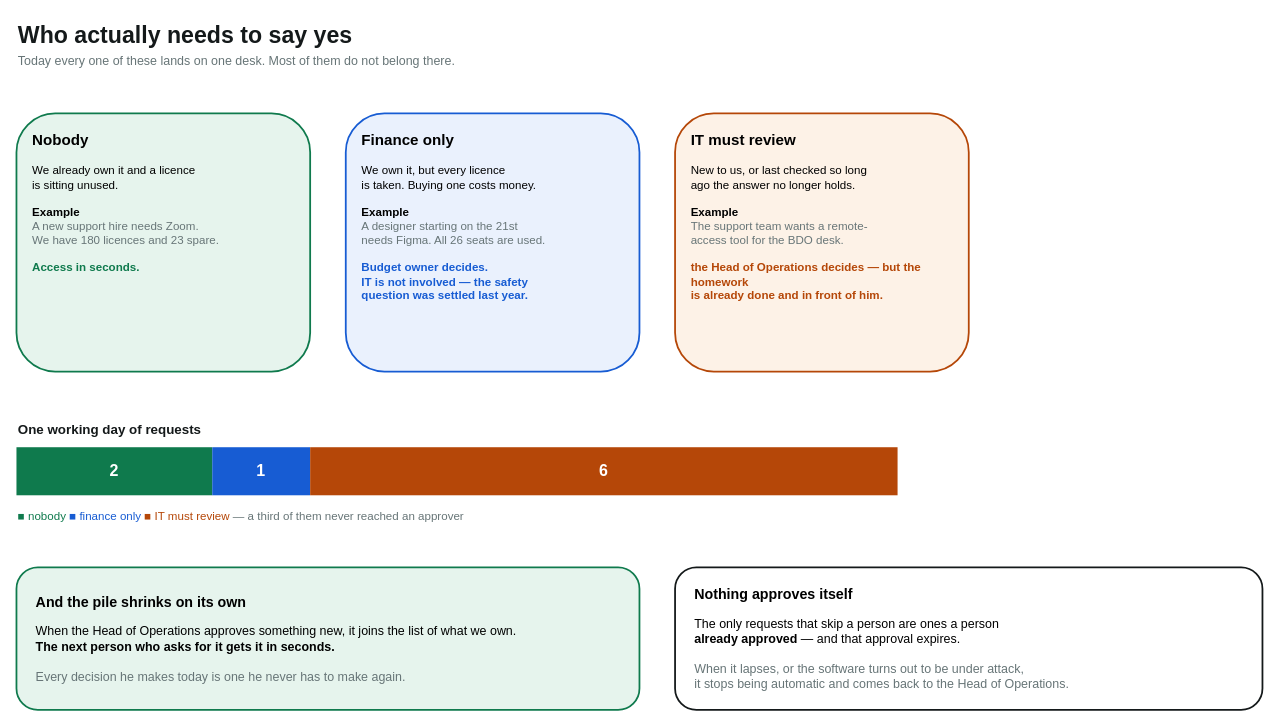
Earlier version of the draw.io diagram page "Who says yes" (2 of 3) of docs/greenlight-business.drawio (lakshitha-dev/greenlight). Source tidied: cells renumbered, new cells numbered last; positions are measured from the earlier drawing's top-left corner, leaving out a move shared by most shapes. Both pictures are drawn from the tidied source at 89%, with x=0, y=0 at pixel (16, 15).
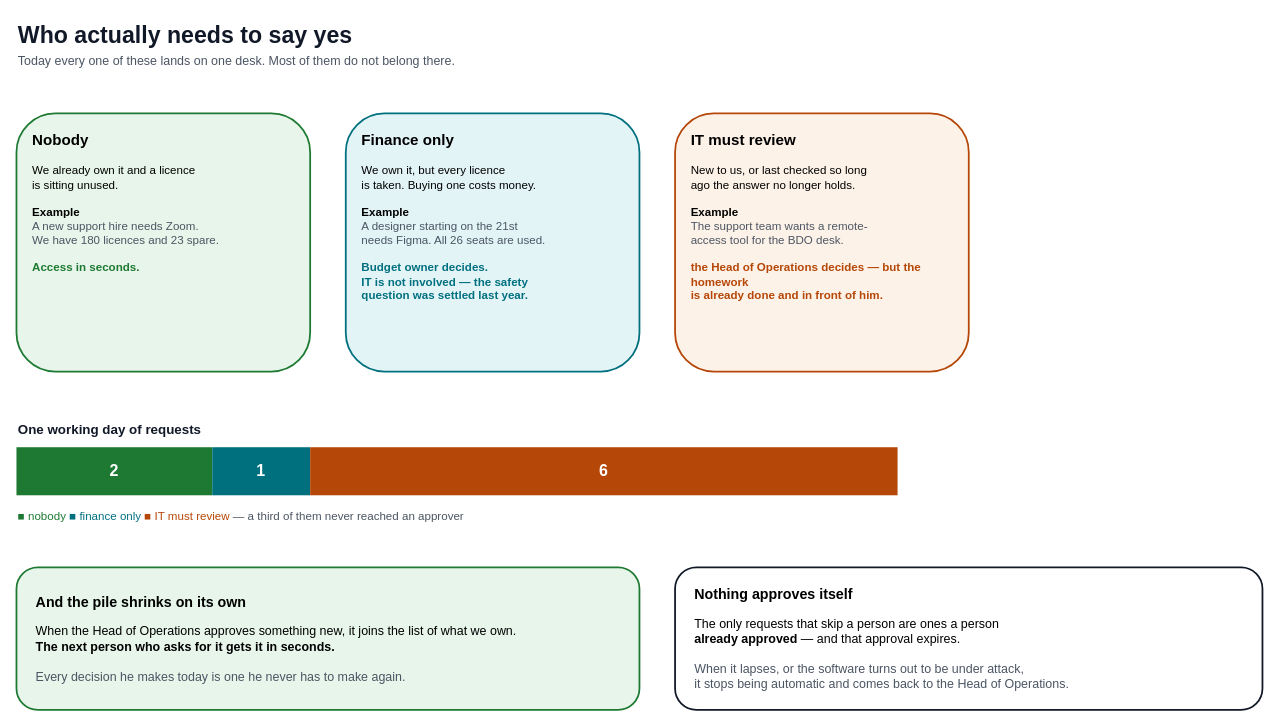
Above is the later version.

Diff of the diagram source:
```diff
@@
 <mxGraphModel>
   <root>
     <mxCell id="0" />
     <mxCell id="1" parent="0" />
-    <mxCell id="2" value="Who actually needs to say yes" style="text;html=1;align=left;fontSize=26;fontStyle=1;fontColor=#14191a;" parent="1" vertex="1">
+    <mxCell id="2" value="Who actually needs to say yes" style="text;html=1;align=left;fontSize=26;fontStyle=1;fontColor=#111827;" parent="1" vertex="1">
       <mxGeometry width="800" height="36" as="geometry" />
     </mxCell>
-    <mxCell id="3" value="Today every one of these lands on one desk. Most of them do not belong there." style="text;html=1;align=left;fontSize=14;fontColor=#677577;" parent="1" vertex="1">
+    <mxCell id="3" value="Today every one of these lands on one desk. Most of them do not belong there." style="text;html=1;align=left;fontSize=14;fontColor=#4b5563;" parent="1" vertex="1">
       <mxGeometry y="36" width="1000" height="24" as="geometry" />
     </mxCell>
-    <mxCell id="4" value="&lt;b style=&quot;font-size:17px&quot;&gt;Nobody&lt;/b&gt;&lt;br&gt;&lt;br&gt;&lt;font style=&quot;font-size:13px&quot;&gt;We already own it and a licence&lt;br&gt;is sitting unused.&lt;br&gt;&lt;br&gt;&lt;b&gt;Example&lt;/b&gt;&lt;br&gt;&lt;font style=&quot;color:#677577&quot;&gt;A new support hire needs Zoom.&lt;br&gt;We have 180 licences and 23 spare.&lt;/font&gt;&lt;br&gt;&lt;br&gt;&lt;b style=&quot;color:#0f7a4d&quot;&gt;Access in seconds.&lt;/b&gt;&lt;/font&gt;" style="rounded=1;whiteSpace=wrap;html=1;fillColor=#e6f4ed;strokeColor=#0f7a4d;strokeWidth=2;fontSize=13;align=left;spacingLeft=16;verticalAlign=top;spacingTop=14;" parent="1" vertex="1">
+    <mxCell id="4" value="&lt;b style=&quot;font-size:17px&quot;&gt;Nobody&lt;/b&gt;&lt;br&gt;&lt;br&gt;&lt;font style=&quot;font-size:13px&quot;&gt;We already own it and a licence&lt;br&gt;is sitting unused.&lt;br&gt;&lt;br&gt;&lt;b&gt;Example&lt;/b&gt;&lt;br&gt;&lt;font style=&quot;color:#4b5563&quot;&gt;A new support hire needs Zoom.&lt;br&gt;We have 180 licences and 23 spare.&lt;/font&gt;&lt;br&gt;&lt;br&gt;&lt;b style=&quot;color:#1e7a32&quot;&gt;Access in seconds.&lt;/b&gt;&lt;/font&gt;" style="rounded=1;whiteSpace=wrap;html=1;fillColor=#e7f5ea;strokeColor=#1e7a32;strokeWidth=2;fontSize=13;align=left;spacingLeft=16;verticalAlign=top;spacingTop=14;" parent="1" vertex="1">
       <mxGeometry y="110" width="330" height="290" as="geometry" />
     </mxCell>
-    <mxCell id="5" value="&lt;b style=&quot;font-size:17px&quot;&gt;Finance only&lt;/b&gt;&lt;br&gt;&lt;br&gt;&lt;font style=&quot;font-size:13px&quot;&gt;We own it, but every licence&lt;br&gt;is taken. Buying one costs money.&lt;br&gt;&lt;br&gt;&lt;b&gt;Example&lt;/b&gt;&lt;br&gt;&lt;font style=&quot;color:#677577&quot;&gt;A designer starting on the 21st&lt;br&gt;needs Figma. All 26 seats are used.&lt;/font&gt;&lt;br&gt;&lt;br&gt;&lt;b style=&quot;color:#175cd3&quot;&gt;Budget owner decides.&lt;br&gt;IT is not involved — the safety&lt;br&gt;question was settled last year.&lt;/b&gt;&lt;/font&gt;" style="rounded=1;whiteSpace=wrap;html=1;fillColor=#eaf1fd;strokeColor=#175cd3;strokeWidth=2;fontSize=13;align=left;spacingLeft=16;verticalAlign=top;spacingTop=14;" parent="1" vertex="1">
+    <mxCell id="5" value="&lt;b style=&quot;font-size:17px&quot;&gt;Finance only&lt;/b&gt;&lt;br&gt;&lt;br&gt;&lt;font style=&quot;font-size:13px&quot;&gt;We own it, but every licence&lt;br&gt;is taken. Buying one costs money.&lt;br&gt;&lt;br&gt;&lt;b&gt;Example&lt;/b&gt;&lt;br&gt;&lt;font style=&quot;color:#4b5563&quot;&gt;A designer starting on the 21st&lt;br&gt;needs Figma. All 26 seats are used.&lt;/font&gt;&lt;br&gt;&lt;br&gt;&lt;b style=&quot;color:#00707f&quot;&gt;Budget owner decides.&lt;br&gt;IT is not involved — the safety&lt;br&gt;question was settled last year.&lt;/b&gt;&lt;/font&gt;" style="rounded=1;whiteSpace=wrap;html=1;fillColor=#e3f4f7;strokeColor=#00707f;strokeWidth=2;fontSize=13;align=left;spacingLeft=16;verticalAlign=top;spacingTop=14;" parent="1" vertex="1">
       <mxGeometry x="370" y="110" width="330" height="290" as="geometry" />
     </mxCell>
-    <mxCell id="6" value="&lt;b style=&quot;font-size:17px&quot;&gt;IT must review&lt;/b&gt;&lt;br&gt;&lt;br&gt;&lt;font style=&quot;font-size:13px&quot;&gt;New to us, or last checked so long&lt;br&gt;ago the answer no longer holds.&lt;br&gt;&lt;br&gt;&lt;b&gt;Example&lt;/b&gt;&lt;br&gt;&lt;font style=&quot;color:#677577&quot;&gt;The support team wants a remote-&lt;br&gt;access tool for the BDO desk.&lt;/font&gt;&lt;br&gt;&lt;br&gt;&lt;b style=&quot;color:#b54708&quot;&gt;the Head of Operations decides — but the homework&lt;br&gt;is already done and in front of him.&lt;/b&gt;&lt;/font&gt;" style="rounded=1;whiteSpace=wrap;html=1;fillColor=#fdf2e7;strokeColor=#b54708;strokeWidth=2;fontSize=13;align=left;spacingLeft=16;verticalAlign=top;spacingTop=14;" parent="1" vertex="1">
+    <mxCell id="6" value="&lt;b style=&quot;font-size:17px&quot;&gt;IT must review&lt;/b&gt;&lt;br&gt;&lt;br&gt;&lt;font style=&quot;font-size:13px&quot;&gt;New to us, or last checked so long&lt;br&gt;ago the answer no longer holds.&lt;br&gt;&lt;br&gt;&lt;b&gt;Example&lt;/b&gt;&lt;br&gt;&lt;font style=&quot;color:#4b5563&quot;&gt;The support team wants a remote-&lt;br&gt;access tool for the BDO desk.&lt;/font&gt;&lt;br&gt;&lt;br&gt;&lt;b style=&quot;color:#b54708&quot;&gt;the Head of Operations decides — but the homework&lt;br&gt;is already done and in front of him.&lt;/b&gt;&lt;/font&gt;" style="rounded=1;whiteSpace=wrap;html=1;fillColor=#fdf2e7;strokeColor=#b54708;strokeWidth=2;fontSize=13;align=left;spacingLeft=16;verticalAlign=top;spacingTop=14;" parent="1" vertex="1">
       <mxGeometry x="740" y="110" width="330" height="290" as="geometry" />
     </mxCell>
-    <mxCell id="7" value="&lt;b&gt;One working day of requests&lt;/b&gt;" style="text;html=1;align=left;fontSize=15;fontColor=#14191a;" parent="1" vertex="1">
+    <mxCell id="7" value="&lt;b&gt;One working day of requests&lt;/b&gt;" style="text;html=1;align=left;fontSize=15;fontColor=#111827;" parent="1" vertex="1">
       <mxGeometry y="450" width="500" height="24" as="geometry" />
     </mxCell>
-    <mxCell id="8" value="2" style="rounded=0;whiteSpace=wrap;html=1;fillColor=#0f7a4d;strokeColor=none;fontColor=#ffffff;fontSize=18;fontStyle=1;" parent="1" vertex="1">
+    <mxCell id="8" value="2" style="rounded=0;whiteSpace=wrap;html=1;fillColor=#1e7a32;strokeColor=none;fontColor=#ffffff;fontSize=18;fontStyle=1;" parent="1" vertex="1">
       <mxGeometry y="485" width="220" height="54" as="geometry" />
     </mxCell>
-    <mxCell id="9" value="1" style="rounded=0;whiteSpace=wrap;html=1;fillColor=#175cd3;strokeColor=none;fontColor=#ffffff;fontSize=18;fontStyle=1;" parent="1" vertex="1">
+    <mxCell id="9" value="1" style="rounded=0;whiteSpace=wrap;html=1;fillColor=#00707f;strokeColor=none;fontColor=#ffffff;fontSize=18;fontStyle=1;" parent="1" vertex="1">
       <mxGeometry x="220" y="485" width="110" height="54" as="geometry" />
     </mxCell>
     <mxCell id="10" value="6" style="rounded=0;whiteSpace=wrap;html=1;fillColor=#b54708;strokeColor=none;fontColor=#ffffff;fontSize=18;fontStyle=1;" parent="1" vertex="1">
       <mxGeometry x="330" y="485" width="660" height="54" as="geometry" />
     </mxCell>
-    <mxCell id="11" value="&lt;font style=&quot;color:#0f7a4d&quot;&gt;■ nobody&lt;/font&gt;    &lt;font style=&quot;color:#175cd3&quot;&gt;■ finance only&lt;/font&gt;    &lt;font style=&quot;color:#b54708&quot;&gt;■ IT must review&lt;/font&gt;        &lt;font style=&quot;color:#677577&quot;&gt;— a third of them never reached an approver&lt;/font&gt;" style="text;html=1;align=left;fontSize=13;" parent="1" vertex="1">
+    <mxCell id="11" value="&lt;font style=&quot;color:#1e7a32&quot;&gt;■ nobody&lt;/font&gt;    &lt;font style=&quot;color:#00707f&quot;&gt;■ finance only&lt;/font&gt;    &lt;font style=&quot;color:#b54708&quot;&gt;■ IT must review&lt;/font&gt;        &lt;font style=&quot;color:#4b5563&quot;&gt;— a third of them never reached an approver&lt;/font&gt;" style="text;html=1;align=left;fontSize=13;" parent="1" vertex="1">
       <mxGeometry y="548" width="1000" height="24" as="geometry" />
     </mxCell>
-    <mxCell id="12" value="&lt;b style=&quot;font-size:16px&quot;&gt;And the pile shrinks on its own&lt;/b&gt;&lt;br&gt;&lt;br&gt;&lt;font style=&quot;font-size:14px&quot;&gt;When the Head of Operations approves something new, it joins the list of what we own.&lt;br&gt;&lt;b&gt;The next person who asks for it gets it in seconds.&lt;/b&gt;&lt;br&gt;&lt;br&gt;&lt;font style=&quot;color:#677577&quot;&gt;Every decision he makes today is one he never has to make again.&lt;/font&gt;&lt;/font&gt;" style="rounded=1;whiteSpace=wrap;html=1;fillColor=#e6f4ed;strokeColor=#0f7a4d;strokeWidth=2;fontSize=13;align=left;spacingLeft=20;verticalAlign=middle;" parent="1" vertex="1">
+    <mxCell id="12" value="&lt;b style=&quot;font-size:16px&quot;&gt;And the pile shrinks on its own&lt;/b&gt;&lt;br&gt;&lt;br&gt;&lt;font style=&quot;font-size:14px&quot;&gt;When the Head of Operations approves something new, it joins the list of what we own.&lt;br&gt;&lt;b&gt;The next person who asks for it gets it in seconds.&lt;/b&gt;&lt;br&gt;&lt;br&gt;&lt;font style=&quot;color:#4b5563&quot;&gt;Every decision he makes today is one he never has to make again.&lt;/font&gt;&lt;/font&gt;" style="rounded=1;whiteSpace=wrap;html=1;fillColor=#e7f5ea;strokeColor=#1e7a32;strokeWidth=2;fontSize=13;align=left;spacingLeft=20;verticalAlign=middle;" parent="1" vertex="1">
       <mxGeometry y="620" width="700" height="160" as="geometry" />
     </mxCell>
-    <mxCell id="13" value="&lt;b style=&quot;font-size:16px&quot;&gt;Nothing approves itself&lt;/b&gt;&lt;br&gt;&lt;br&gt;&lt;font style=&quot;font-size:14px&quot;&gt;The only requests that skip a person are ones a person&lt;br&gt;&lt;b&gt;already approved&lt;/b&gt; — and that approval expires.&lt;br&gt;&lt;br&gt;&lt;font style=&quot;color:#677577&quot;&gt;When it lapses, or the software turns out to be under attack,&lt;br&gt;it stops being automatic and comes back to the Head of Operations.&lt;/font&gt;&lt;/font&gt;" style="rounded=1;whiteSpace=wrap;html=1;fillColor=#ffffff;strokeColor=#14191a;strokeWidth=2;fontSize=13;align=left;spacingLeft=20;verticalAlign=middle;" parent="1" vertex="1">
+    <mxCell id="13" value="&lt;b style=&quot;font-size:16px&quot;&gt;Nothing approves itself&lt;/b&gt;&lt;br&gt;&lt;br&gt;&lt;font style=&quot;font-size:14px&quot;&gt;The only requests that skip a person are ones a person&lt;br&gt;&lt;b&gt;already approved&lt;/b&gt; — and that approval expires.&lt;br&gt;&lt;br&gt;&lt;font style=&quot;color:#4b5563&quot;&gt;When it lapses, or the software turns out to be under attack,&lt;br&gt;it stops being automatic and comes back to the Head of Operations.&lt;/font&gt;&lt;/font&gt;" style="rounded=1;whiteSpace=wrap;html=1;fillColor=#ffffff;strokeColor=#111827;strokeWidth=2;fontSize=13;align=left;spacingLeft=20;verticalAlign=middle;" parent="1" vertex="1">
       <mxGeometry x="740" y="620" width="660" height="160" as="geometry" />
     </mxCell>
   </root>
 </mxGraphModel>
```
